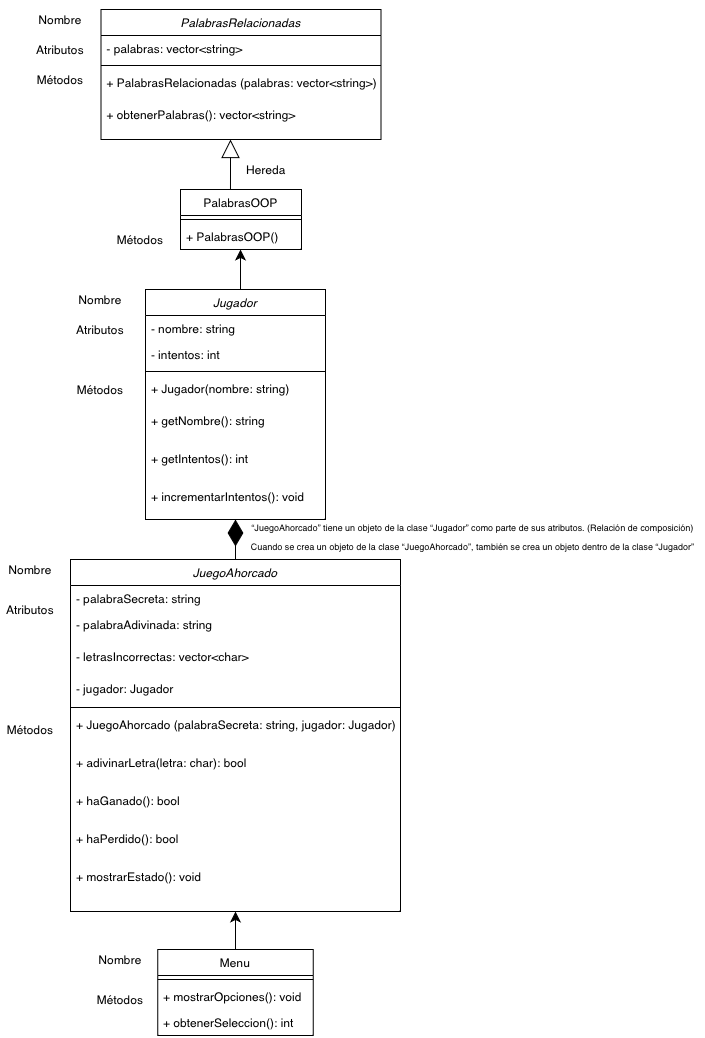
This is OOP HANGMAN.drawio.png from A01712128/OOP23, a draw.io export, as it was before one commit. Source tidied: cells renumbered, new cells last; positions are measured from the earlier drawing's top-left corner, leaving out a move shared by most shapes.
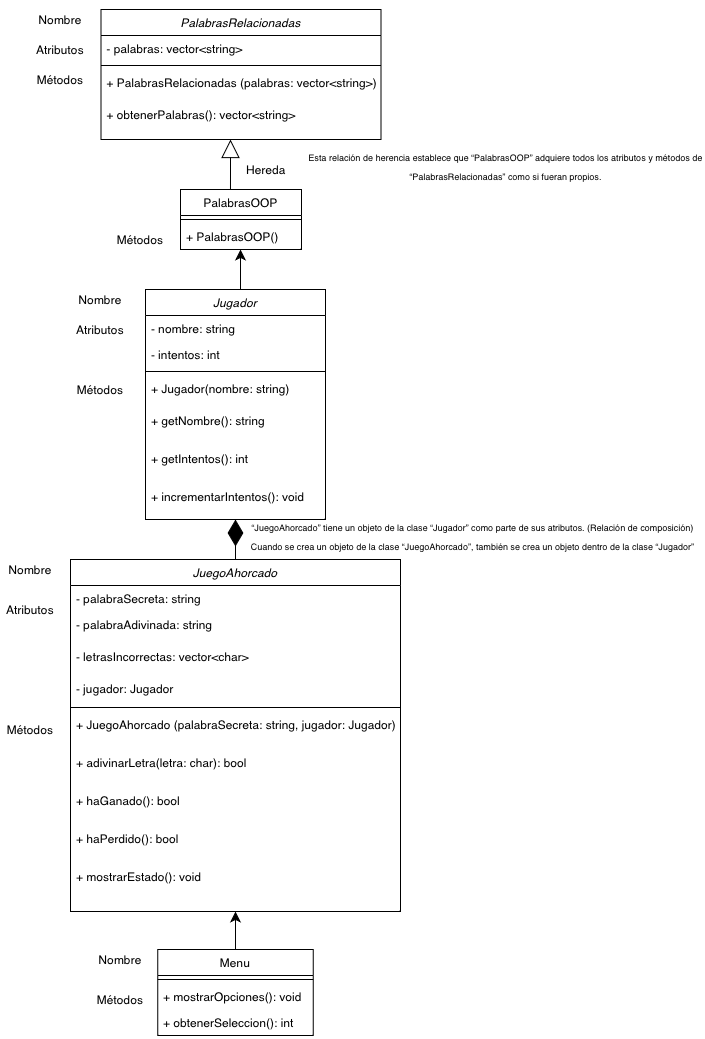
Above is the later version.

Diff of the diagram source:
```diff
@@ -157,5 +157,8 @@
     <mxCell id="50" value="&lt;font style=&quot;font-size: 9px;&quot;&gt;“JuegoAhorcado” tiene un objeto de la clase “Jugador” como parte de sus atributos. (Relación de composición)&lt;br&gt;Cuando se crea un objeto de la clase “JuegoAhorcado”, también se crea un objeto dentro de la clase “Jugador”&lt;/font&gt;" style="text;strokeColor=none;fillColor=none;html=1;align=center;verticalAlign=middle;whiteSpace=wrap;rounded=0;fontSize=16;" parent="1" vertex="1">
       <mxGeometry x="240" y="500" width="465" height="50" as="geometry" />
     </mxCell>
+    <mxCell id="51" value="&lt;font style=&quot;font-size: 9px;&quot;&gt;Esta relación de herencia establece que “PalabrasOOP” adquiere todos los atributos y métodos de “PalabrasRelacionadas” como si fueran propios.&lt;/font&gt;" style="text;strokeColor=none;fillColor=none;html=1;align=center;verticalAlign=middle;whiteSpace=wrap;rounded=0;fontSize=16;" parent="1" vertex="1">
+      <mxGeometry x="306" y="130" width="399" height="50" as="geometry" />
+    </mxCell>
   </root>
 </mxGraphModel>
```
